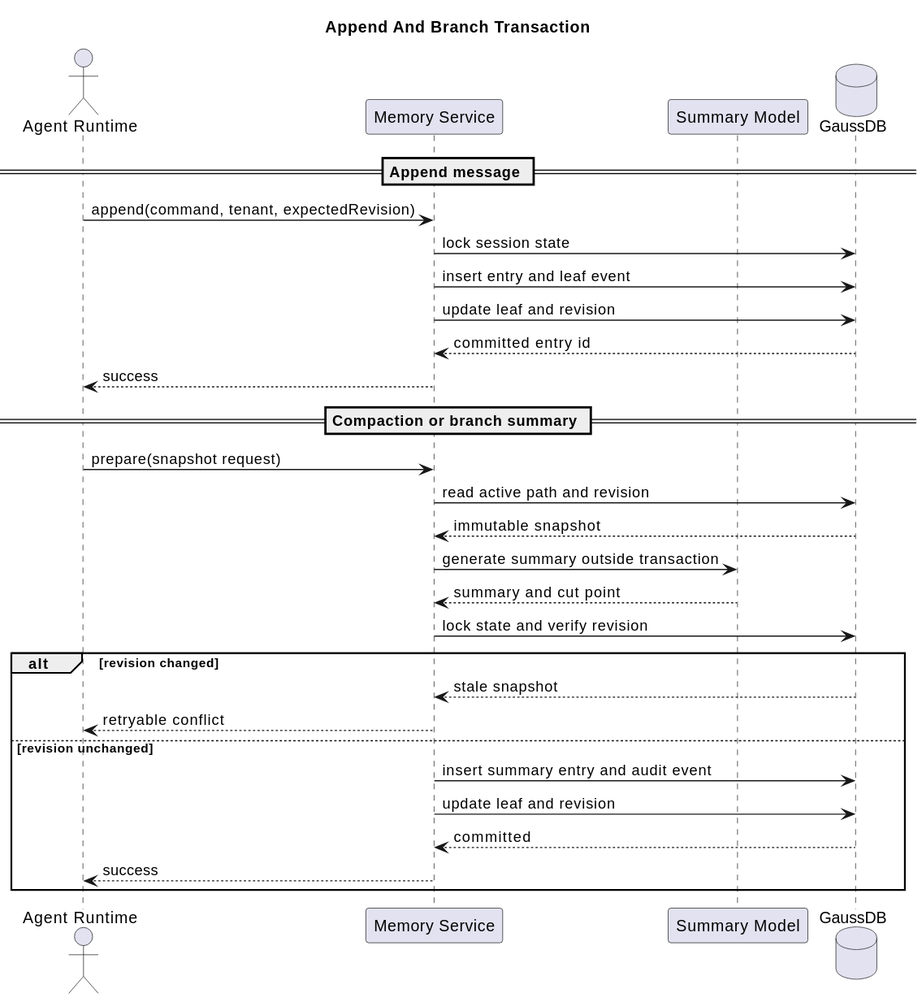
Earlier version of the PlantUML export diagrams/memory/memory-write-transaction.svg (superheromeZzh/pi-mono-java-design).
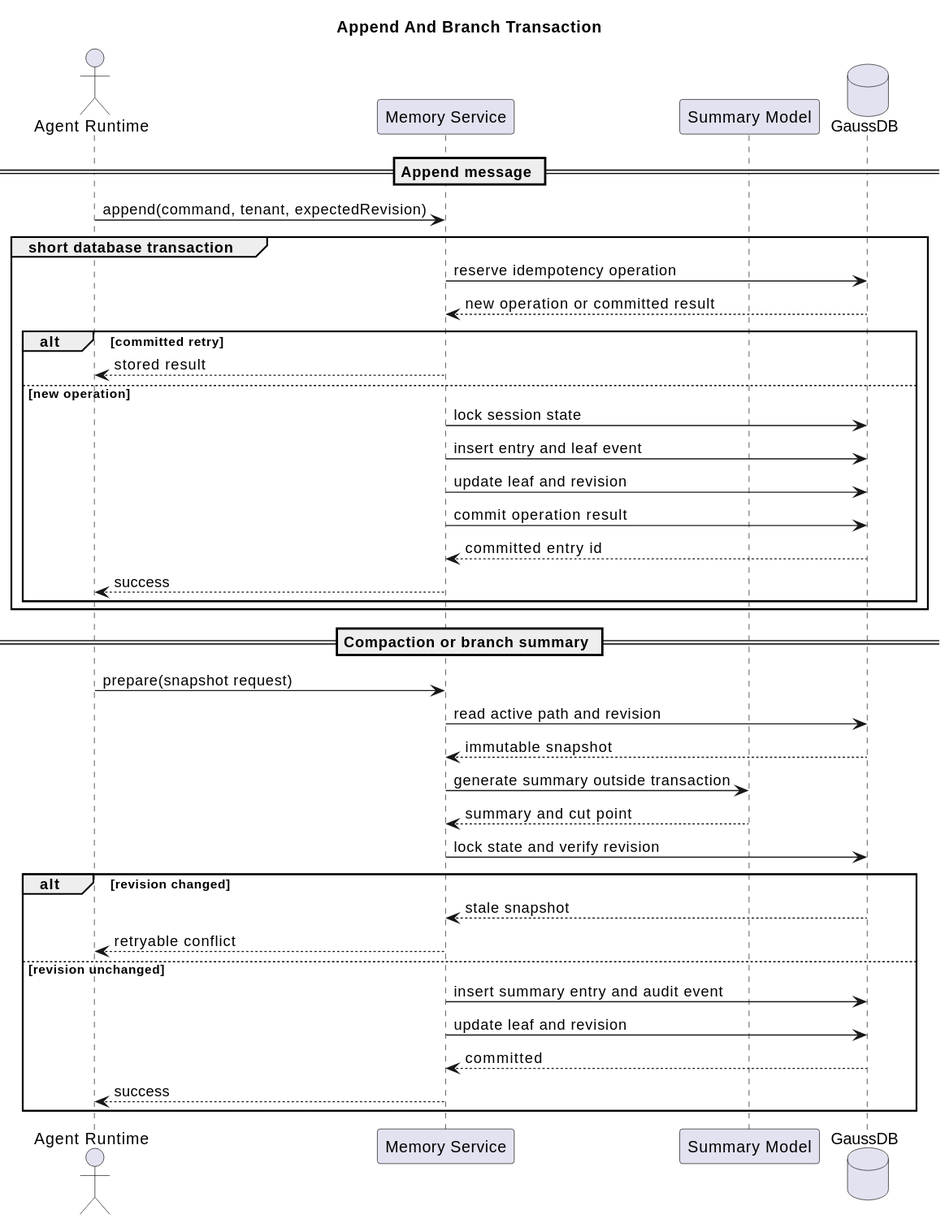
Later version of the same file.

Commit message:
docs(memory): separate agent database planes

Change to the diagram source:
```diff
@@ -9,11 +9,20 @@
 
 == Append message ==
 runtime -> memory : append(command, tenant, expectedRevision)
-memory -> db : lock session state
-memory -> db : insert entry and leaf event
-memory -> db : update leaf and revision
-db --> memory : committed entry id
-memory --> runtime : success
+group short database transaction
+  memory -> db : reserve idempotency operation
+  db --> memory : new operation or committed result
+  alt committed retry
+    memory --> runtime : stored result
+  else new operation
+    memory -> db : lock session state
+    memory -> db : insert entry and leaf event
+    memory -> db : update leaf and revision
+    memory -> db : commit operation result
+    db --> memory : committed entry id
+    memory --> runtime : success
+  end
+end
 
 == Compaction or branch summary ==
 runtime -> memory : prepare(snapshot request)
```
